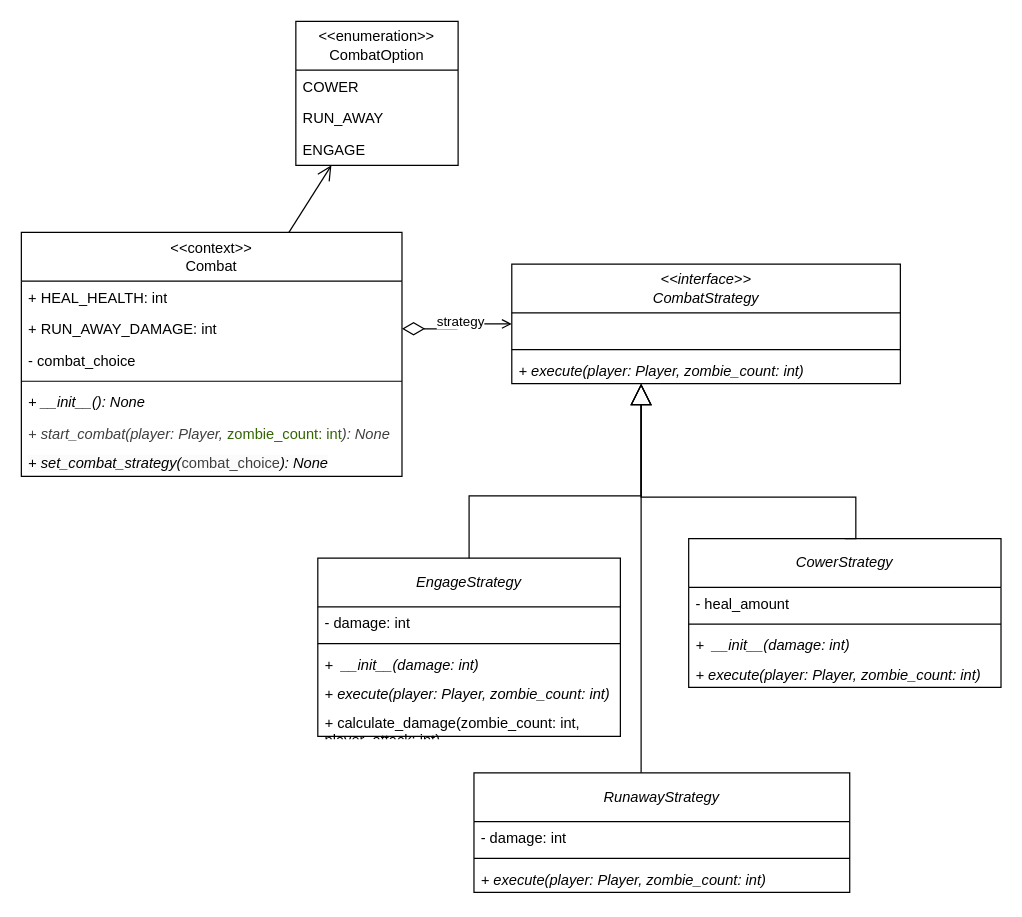
arsenie-sarmiento/ZombieInMyPocket keeps this draw.io diagram as page "combat_after" (1 of 2) of src/model_after_pattern/after_pattern.drawio. Above is the earlier version. Source tidied: cells renumbered, new cells numbered last; positions are measured from the earlier drawing's top-left corner, leaving out a move shared by most shapes. Both pictures are drawn from the tidied source at 122%, with x=0, y=0 at pixel (21, 21).
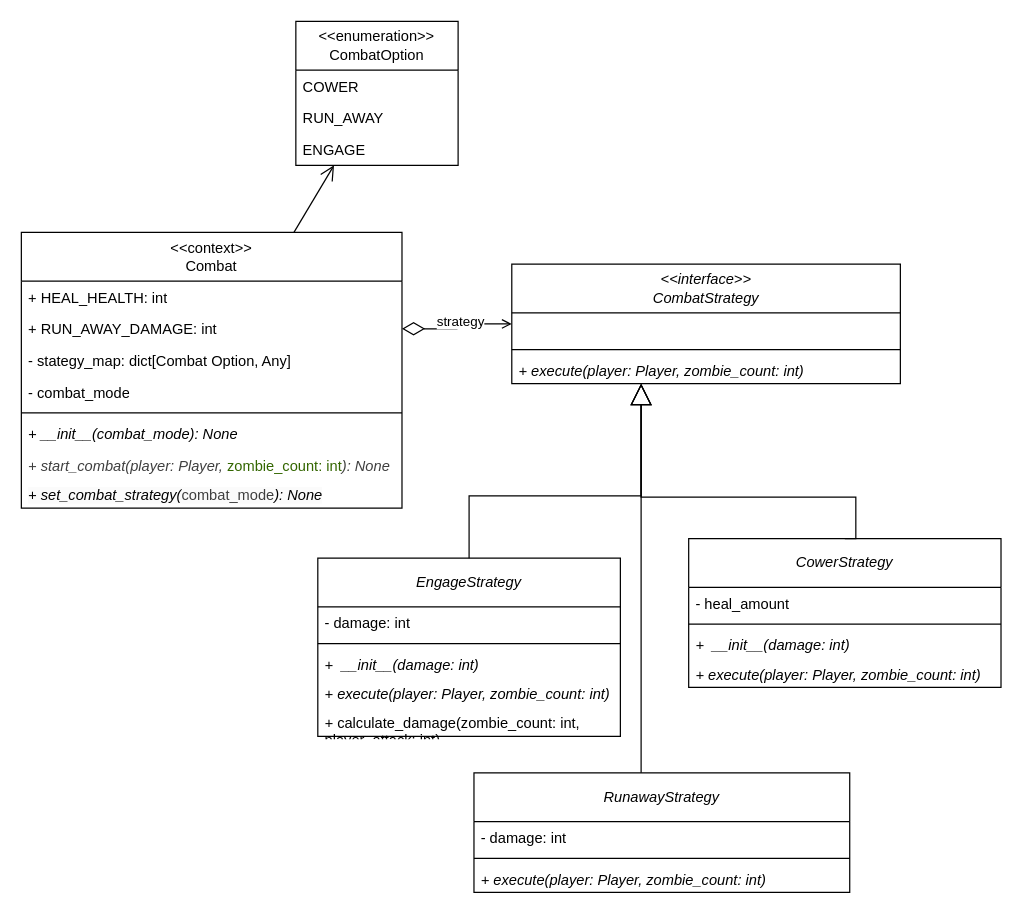
After the change.

Commit message (it also covers changes not shown here):
added error handling for set combat_strategy

Diff of the diagram source:
```diff
@@
     <mxCell id="3" value="&amp;lt;&amp;lt;context&amp;gt;&amp;gt;&lt;div&gt;Combat&lt;/div&gt;" style="swimlane;fontStyle=0;horizontal=1;startSize=40;fillColor=none;whiteSpace=wrap;html=1;" parent="1" vertex="1">
-      <mxGeometry y="173" width="312" height="200" as="geometry" />
+      <mxGeometry y="173" width="312" height="226" as="geometry" />
     </mxCell>
@@
+    <mxCell id="39" value="- stategy_map: dict[Combat Option, Any]" style="text;strokeColor=none;fillColor=none;align=left;verticalAlign=top;spacingLeft=4;spacingRight=4;overflow=hidden;whiteSpace=wrap;html=1;" parent="3" vertex="1">
+      <mxGeometry y="92" width="312" height="26" as="geometry" />
+    </mxCell>
-    <mxCell id="6" value="- combat_choice" style="text;strokeColor=none;fillColor=none;align=left;verticalAlign=top;spacingLeft=4;spacingRight=4;overflow=hidden;whiteSpace=wrap;html=1;" parent="3" vertex="1">
-      <mxGeometry y="92" width="312" height="26" as="geometry" />
+    <mxCell id="6" value="- combat_mode" style="text;strokeColor=none;fillColor=none;align=left;verticalAlign=top;spacingLeft=4;spacingRight=4;overflow=hidden;whiteSpace=wrap;html=1;" parent="3" vertex="1">
+      <mxGeometry y="118" width="312" height="26" as="geometry" />
     </mxCell>
     <mxCell id="7" style="line;strokeWidth=1;fillColor=none;align=left;verticalAlign=middle;spacingTop=-1;spacingLeft=3;spacingRight=3;labelPosition=right;strokeColor=inherit;" parent="3" vertex="1">
-      <mxGeometry y="118" width="312" height="8" as="geometry" />
+      <mxGeometry y="144" width="312" height="8" as="geometry" />
     </mxCell>
-    <mxCell id="8" value="+ __init__(): None" style="text;strokeColor=none;fillColor=none;align=left;verticalAlign=top;spacingLeft=4;spacingRight=4;overflow=hidden;whiteSpace=wrap;html=1;fontStyle=2;" parent="3" vertex="1">
-      <mxGeometry y="126" width="312" height="26" as="geometry" />
+    <mxCell id="8" value="+ __init__(combat_mode): None" style="text;strokeColor=none;fillColor=none;align=left;verticalAlign=top;spacingLeft=4;spacingRight=4;overflow=hidden;whiteSpace=wrap;html=1;fontStyle=2;" parent="3" vertex="1">
+      <mxGeometry y="152" width="312" height="26" as="geometry" />
     </mxCell>
     <mxCell id="9" value="&lt;span style=&quot;color: rgb(63, 63, 63);&quot;&gt;+&amp;nbsp;start_combat(player: Player,&amp;nbsp;&lt;/span&gt;&lt;font style=&quot;scrollbar-color: rgb(226, 226, 226) rgb(251, 251, 251); font-style: normal; color: rgb(51, 102, 0);&quot;&gt;zombie_count: int&lt;/font&gt;&lt;span style=&quot;color: rgb(63, 63, 63);&quot;&gt;): None&lt;/span&gt;" style="text;strokeColor=none;fillColor=none;align=left;verticalAlign=top;spacingLeft=4;spacingRight=4;overflow=hidden;whiteSpace=wrap;html=1;fontStyle=2;fontColor=default;" parent="3" vertex="1">
-      <mxGeometry y="152" width="312" height="24" as="geometry" />
+      <mxGeometry y="178" width="312" height="24" as="geometry" />
     </mxCell>
-    <mxCell id="10" value="&lt;span style=&quot;scrollbar-color: rgb(226, 226, 226) rgb(251, 251, 251); background-color: rgb(251, 251, 251); float: none; display: inline !important; color: rgb(0, 0, 0);&quot;&gt;+ set_combat_strategy(&lt;/span&gt;&lt;span style=&quot;scrollbar-color: rgb(226, 226, 226) rgb(251, 251, 251); font-style: normal; background-color: rgb(251, 251, 251); color: rgb(63, 63, 63);&quot;&gt;combat_choice&lt;/span&gt;&lt;span style=&quot;scrollbar-color: rgb(226, 226, 226) rgb(251, 251, 251); background-color: rgb(251, 251, 251); float: none; display: inline !important; color: rgb(0, 0, 0);&quot;&gt;): None&lt;/span&gt;" style="text;strokeColor=none;fillColor=none;align=left;verticalAlign=top;spacingLeft=4;spacingRight=4;overflow=hidden;whiteSpace=wrap;html=1;fontStyle=2;fontColor=default;" parent="3" vertex="1">
-      <mxGeometry y="176" width="312" height="24" as="geometry" />
+    <mxCell id="10" value="&lt;span style=&quot;scrollbar-color: rgb(226, 226, 226) rgb(251, 251, 251); background-color: rgb(251, 251, 251); float: none; color: rgb(0, 0, 0); display: inline !important;&quot;&gt;+ set_combat_strategy(&lt;/span&gt;&lt;span style=&quot;scrollbar-color: rgb(226, 226, 226) rgb(251, 251, 251); font-style: normal; background-color: rgb(251, 251, 251); color: rgb(63, 63, 63);&quot;&gt;combat_mode&lt;/span&gt;&lt;span style=&quot;scrollbar-color: rgb(226, 226, 226) rgb(251, 251, 251); background-color: rgb(251, 251, 251); float: none; color: rgb(0, 0, 0); display: inline !important;&quot;&gt;): None&lt;/span&gt;" style="text;strokeColor=none;fillColor=none;align=left;verticalAlign=top;spacingLeft=4;spacingRight=4;overflow=hidden;whiteSpace=wrap;html=1;fontStyle=2;fontColor=default;" parent="3" vertex="1">
+      <mxGeometry y="202" width="312" height="24" as="geometry" />
     </mxCell>
```
